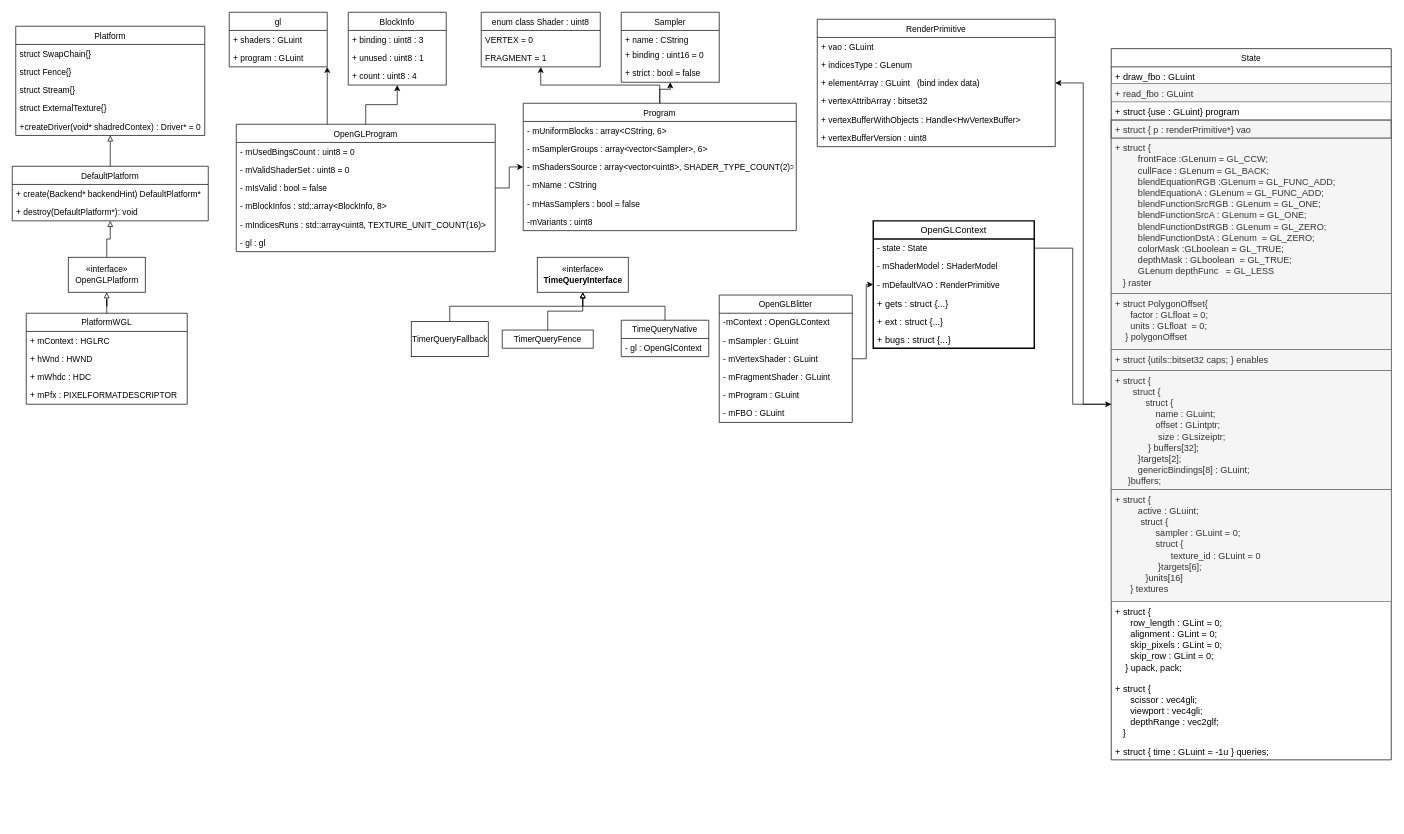
This is UMLGraph/driver.drawio from liangshiweigithub/update, a draw.io file, before an edit. Source tidied: cells renumbered, new cells numbered last; positions are measured from the earlier drawing's top-left corner, leaving out a move shared by most shapes. Both pictures are drawn from the tidied source at 70%, with x=0, y=0 at pixel (12, 12).
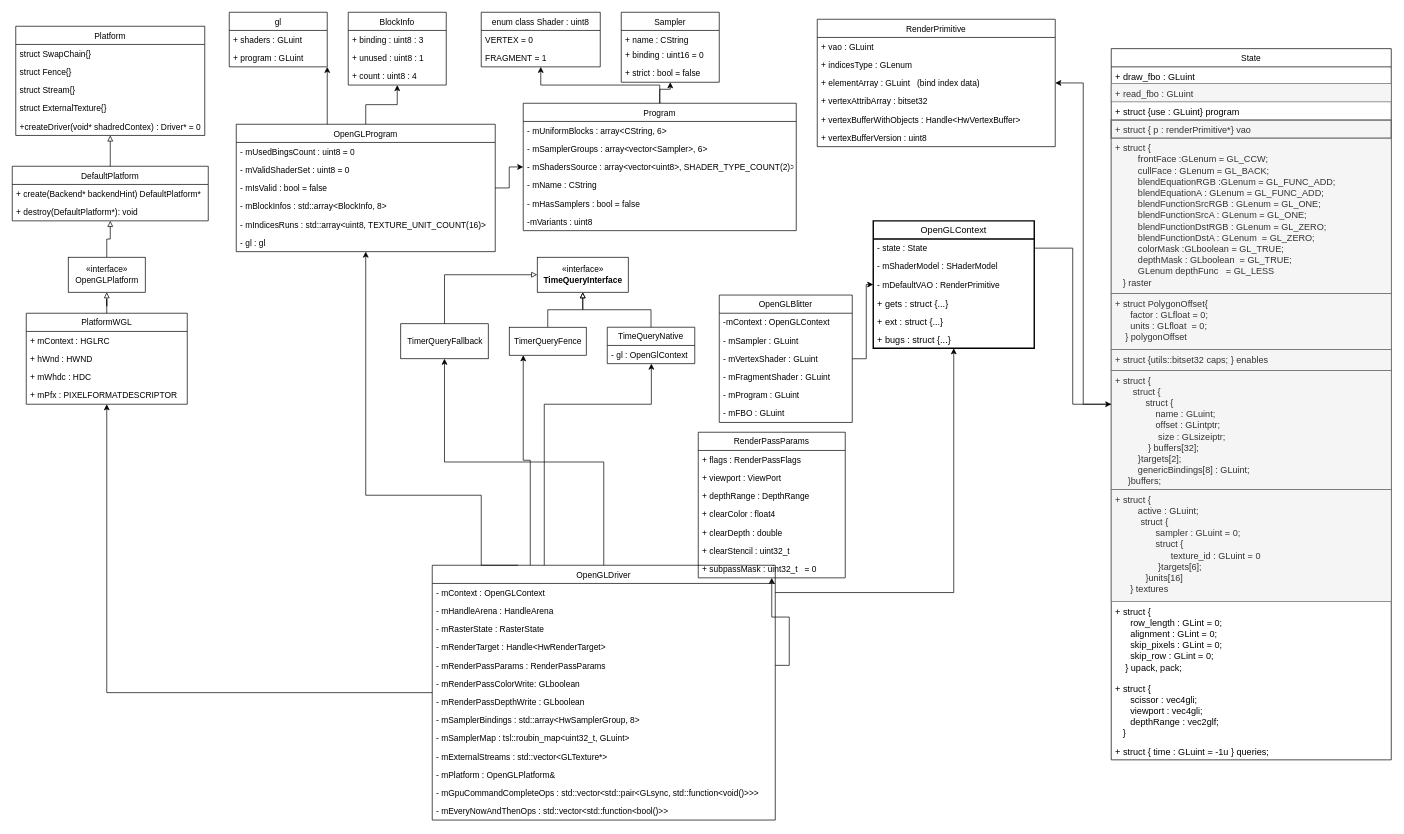
After the change.

Unchanged cells that the change refers to:
```xml
<mxCell id="15" value="PlatformWGL" style="swimlane;fontStyle=0;horizontal=1;startSize=26;fillColor=none;" parent="1" vertex="1">
  <mxGeometry x="20" y="430" width="230" height="130" as="geometry" />
</mxCell>
<mxCell id="23" value="OpenGLProgram" style="swimlane;fontStyle=0;horizontal=1;startSize=26;fillColor=none;" parent="1" vertex="1">
  <mxGeometry x="320" y="160" width="370" height="182" as="geometry" />
</mxCell>
<mxCell id="74" value="OpenGLContext" style="swimlane;fontStyle=0;horizontal=1;startSize=26;fillColor=none;strokeWidth=2;fontSize=13;" parent="1" vertex="1">
  <mxGeometry x="1230" y="298" width="230" height="182" as="geometry" />
</mxCell>
<mxCell id="90" value="«interface»&lt;br&gt;&lt;b&gt;TimeQueryInterface&lt;/b&gt;" style="html=1;" parent="1" vertex="1">
  <mxGeometry x="750" y="350" width="130" height="50" as="geometry" />
</mxCell>
<mxCell id="93" value="- gl : OpenGlContext" style="text;strokeColor=none;fillColor=none;align=left;verticalAlign=top;spacingLeft=4;spacingRight=4;overflow=hidden;points=[[0,0.5],[1,0.5]];portConstraint=eastwest;" parent="92" vertex="1">
  <mxGeometry y="26" width="125" height="26" as="geometry" />
</mxCell>
```

The edit, as a diff of the source:
```diff
@@
     <mxCell id="92" value="TimeQueryNative" style="swimlane;fontStyle=0;horizontal=1;startSize=26;fillColor=none;" parent="1" vertex="1">
-      <mxGeometry x="870" y="440" width="125" height="52" as="geometry" />
+      <mxGeometry x="850" y="450" width="125" height="52" as="geometry" />
     </mxCell>
@@
-    <mxCell id="95" value="TimerQueryFence" style="swimlane;fontStyle=0;horizontal=1;startSize=26;fillColor=none;" parent="1" vertex="1" collapsed="1">
-      <mxGeometry x="700" y="454" width="130" height="26" as="geometry" />
+    <mxCell id="95" value="TimerQueryFence" style="html=1;" parent="1" vertex="1">
+      <mxGeometry x="710" y="450" width="110" height="40" as="geometry" />
     </mxCell>
     <mxCell id="96" style="edgeStyle=orthogonalEdgeStyle;rounded=0;jettySize=auto;html=1;endArrow=block;endFill=0;" parent="1" edge="1" source="97" target="90">
       <mxGeometry relative="1" as="geometry">
         <Array as="points">
-          <mxPoint x="625" y="420" />
-          <mxPoint x="815" y="420" />
+          <mxPoint x="618" y="375" />
         </Array>
       </mxGeometry>
     </mxCell>
     <mxCell id="97" value="TimerQueryFallback" style="html=1;" parent="1" vertex="1">
-      <mxGeometry x="570" y="442" width="110" height="50" as="geometry" />
+      <mxGeometry x="555" y="445" width="125" height="50" as="geometry" />
     </mxCell>
+    <mxCell id="98" style="edgeStyle=orthogonalEdgeStyle;rounded=0;jettySize=auto;html=1;endArrow=classic;endFill=1;" parent="1" edge="1" source="105" target="74">
+      <mxGeometry relative="1" as="geometry" />
+    </mxCell>
+    <mxCell id="99" style="edgeStyle=orthogonalEdgeStyle;rounded=0;jettySize=auto;html=1;endArrow=classic;endFill=1;" parent="1" edge="1" source="104" target="93">
+      <mxGeometry relative="1" as="geometry">
+        <Array as="points">
+          <mxPoint x="760" y="560" />
+          <mxPoint x="913" y="560" />
+        </Array>
+      </mxGeometry>
+    </mxCell>
+    <mxCell id="100" style="edgeStyle=orthogonalEdgeStyle;rounded=0;jettySize=auto;html=1;endArrow=classic;endFill=1;exitX=0.25;exitY=0;exitDx=0;exitDy=0;" parent="1" edge="1" source="104" target="23">
+      <mxGeometry relative="1" as="geometry">
+        <Array as="points">
+          <mxPoint x="670" y="690" />
+          <mxPoint x="505" y="690" />
+        </Array>
+      </mxGeometry>
+    </mxCell>
+    <mxCell id="101" style="edgeStyle=orthogonalEdgeStyle;rounded=0;jettySize=auto;html=1;endArrow=classic;endFill=1;" parent="1" edge="1" source="104" target="15">
+      <mxGeometry relative="1" as="geometry" />
+    </mxCell>
+    <mxCell id="102" style="edgeStyle=orthogonalEdgeStyle;rounded=0;jettySize=auto;html=1;endArrow=classic;endFill=1;" parent="1" edge="1" source="104" target="95">
+      <mxGeometry relative="1" as="geometry">
+        <Array as="points">
+          <mxPoint x="740" y="640" />
+          <mxPoint x="730" y="640" />
+        </Array>
+      </mxGeometry>
+    </mxCell>
+    <mxCell id="103" style="edgeStyle=orthogonalEdgeStyle;rounded=0;jettySize=auto;html=1;endArrow=classic;endFill=1;" parent="1" edge="1" source="104" target="97">
+      <mxGeometry relative="1" as="geometry" />
+    </mxCell>
+    <mxCell id="104" value="OpenGLDriver" style="swimlane;fontStyle=0;horizontal=1;startSize=26;fillColor=none;" parent="1" vertex="1">
+      <mxGeometry x="600" y="790" width="490" height="364" as="geometry" />
+    </mxCell>
+    <mxCell id="105" value="- mContext : OpenGLContext" style="text;strokeColor=none;fillColor=none;align=left;verticalAlign=top;spacingLeft=4;spacingRight=4;overflow=hidden;points=[[0,0.5],[1,0.5]];portConstraint=eastwest;" parent="104" vertex="1">
+      <mxGeometry y="26" width="490" height="26" as="geometry" />
+    </mxCell>
+    <mxCell id="106" value="- mHandleArena : HandleArena" style="text;strokeColor=none;fillColor=none;align=left;verticalAlign=top;spacingLeft=4;spacingRight=4;overflow=hidden;" parent="104" vertex="1">
+      <mxGeometry y="52" width="490" height="26" as="geometry" />
+    </mxCell>
+    <mxCell id="107" value="- mRasterState : RasterState" style="text;strokeColor=none;fillColor=none;align=left;verticalAlign=top;spacingLeft=4;spacingRight=4;overflow=hidden;" parent="104" vertex="1">
+      <mxGeometry y="78" width="490" height="26" as="geometry" />
+    </mxCell>
+    <mxCell id="108" value="- mRenderTarget : Handle&lt;HwRenderTarget&gt;" style="text;strokeColor=none;fillColor=none;align=left;verticalAlign=top;spacingLeft=4;spacingRight=4;overflow=hidden;" parent="104" vertex="1">
+      <mxGeometry y="104" width="490" height="26" as="geometry" />
+    </mxCell>
+    <mxCell id="109" value="- mRenderPassParams : RenderPassParams" style="text;strokeColor=none;fillColor=none;align=left;verticalAlign=top;spacingLeft=4;spacingRight=4;overflow=hidden;points=[[0,0.5],[1,0.5]];portConstraint=eastwest;" parent="104" vertex="1">
+      <mxGeometry y="130" width="490" height="26" as="geometry" />
+    </mxCell>
+    <mxCell id="110" value="- mRenderPassColorWrite: GLboolean" style="text;strokeColor=none;fillColor=none;align=left;verticalAlign=top;spacingLeft=4;spacingRight=4;overflow=hidden;" parent="104" vertex="1">
+      <mxGeometry y="156" width="490" height="26" as="geometry" />
+    </mxCell>
+    <mxCell id="111" value="- mRenderPassDepthWrite : GLboolean" style="text;strokeColor=none;fillColor=none;align=left;verticalAlign=top;spacingLeft=4;spacingRight=4;overflow=hidden;" parent="104" vertex="1">
+      <mxGeometry y="182" width="490" height="26" as="geometry" />
+    </mxCell>
+    <mxCell id="112" value="- mSamplerBindings : std::array&lt;HwSamplerGroup, 8&gt;" style="text;strokeColor=none;fillColor=none;align=left;verticalAlign=top;spacingLeft=4;spacingRight=4;overflow=hidden;" parent="104" vertex="1">
+      <mxGeometry y="208" width="490" height="26" as="geometry" />
+    </mxCell>
+    <mxCell id="113" value="- mSamplerMap : tsl::roubin_map&lt;uint32_t, GLuint&gt; " style="text;strokeColor=none;fillColor=none;align=left;verticalAlign=top;spacingLeft=4;spacingRight=4;overflow=hidden;" parent="104" vertex="1">
+      <mxGeometry y="234" width="490" height="26" as="geometry" />
+    </mxCell>
+    <mxCell id="114" value="- mExternalStreams : std::vector&lt;GLTexture*&gt;" style="text;strokeColor=none;fillColor=none;align=left;verticalAlign=top;spacingLeft=4;spacingRight=4;overflow=hidden;" parent="104" vertex="1">
+      <mxGeometry y="260" width="490" height="26" as="geometry" />
+    </mxCell>
+    <mxCell id="115" value="- mPlatform : OpenGLPlatform&amp;" style="text;strokeColor=none;fillColor=none;align=left;verticalAlign=top;spacingLeft=4;spacingRight=4;overflow=hidden;" parent="104" vertex="1">
+      <mxGeometry y="286" width="490" height="26" as="geometry" />
+    </mxCell>
+    <mxCell id="116" value="- mGpuCommandCompleteOps : std::vector&lt;std::pair&lt;GLsync, std::function&lt;void()&gt;&gt;&gt;" style="text;strokeColor=none;fillColor=none;align=left;verticalAlign=top;spacingLeft=4;spacingRight=4;overflow=hidden;" parent="104" vertex="1">
+      <mxGeometry y="312" width="490" height="26" as="geometry" />
+    </mxCell>
+    <mxCell id="117" value="- mEveryNowAndThenOps : std::vector&lt;std::function&lt;bool()&gt;&gt;" style="text;strokeColor=none;fillColor=none;align=left;verticalAlign=top;spacingLeft=4;spacingRight=4;overflow=hidden;" parent="104" vertex="1">
+      <mxGeometry y="338" width="490" height="26" as="geometry" />
+    </mxCell>
+    <mxCell id="118" value="RenderPassParams" style="swimlane;fontStyle=0;horizontal=1;startSize=26;fillColor=none;" parent="1" vertex="1">
+      <mxGeometry x="980" y="600" width="210" height="208" as="geometry" />
+    </mxCell>
+    <mxCell id="119" value="+ flags : RenderPassFlags" style="text;strokeColor=none;fillColor=none;align=left;verticalAlign=top;spacingLeft=4;spacingRight=4;overflow=hidden;" parent="118" vertex="1">
+      <mxGeometry y="26" width="210" height="26" as="geometry" />
+    </mxCell>
+    <mxCell id="120" value="+ viewport : ViewPort" style="text;strokeColor=none;fillColor=none;align=left;verticalAlign=top;spacingLeft=4;spacingRight=4;overflow=hidden;" parent="118" vertex="1">
+      <mxGeometry y="52" width="210" height="26" as="geometry" />
+    </mxCell>
+    <mxCell id="121" value="+ depthRange : DepthRange" style="text;strokeColor=none;fillColor=none;align=left;verticalAlign=top;spacingLeft=4;spacingRight=4;overflow=hidden;" parent="118" vertex="1">
+      <mxGeometry y="78" width="210" height="26" as="geometry" />
+    </mxCell>
+    <mxCell id="122" value="+ clearColor : float4" style="text;strokeColor=none;fillColor=none;align=left;verticalAlign=top;spacingLeft=4;spacingRight=4;overflow=hidden;" parent="118" vertex="1">
+      <mxGeometry y="104" width="210" height="26" as="geometry" />
+    </mxCell>
+    <mxCell id="123" value="+ clearDepth : double" style="text;strokeColor=none;fillColor=none;align=left;verticalAlign=top;spacingLeft=4;spacingRight=4;overflow=hidden;" parent="118" vertex="1">
+      <mxGeometry y="130" width="210" height="26" as="geometry" />
+    </mxCell>
+    <mxCell id="124" value="+ clearStencil : uint32_t" style="text;strokeColor=none;fillColor=none;align=left;verticalAlign=top;spacingLeft=4;spacingRight=4;overflow=hidden;" parent="118" vertex="1">
+      <mxGeometry y="156" width="210" height="26" as="geometry" />
+    </mxCell>
+    <mxCell id="125" value="+ subpassMask : uint32_t   = 0" style="text;strokeColor=none;fillColor=none;align=left;verticalAlign=top;spacingLeft=4;spacingRight=4;overflow=hidden;" parent="118" vertex="1">
+      <mxGeometry y="182" width="210" height="26" as="geometry" />
+    </mxCell>
+    <mxCell id="126" style="edgeStyle=orthogonalEdgeStyle;rounded=0;jettySize=auto;html=1;endArrow=classic;endFill=1;" parent="1" edge="1" source="109" target="118">
+      <mxGeometry relative="1" as="geometry" />
+    </mxCell>
```
